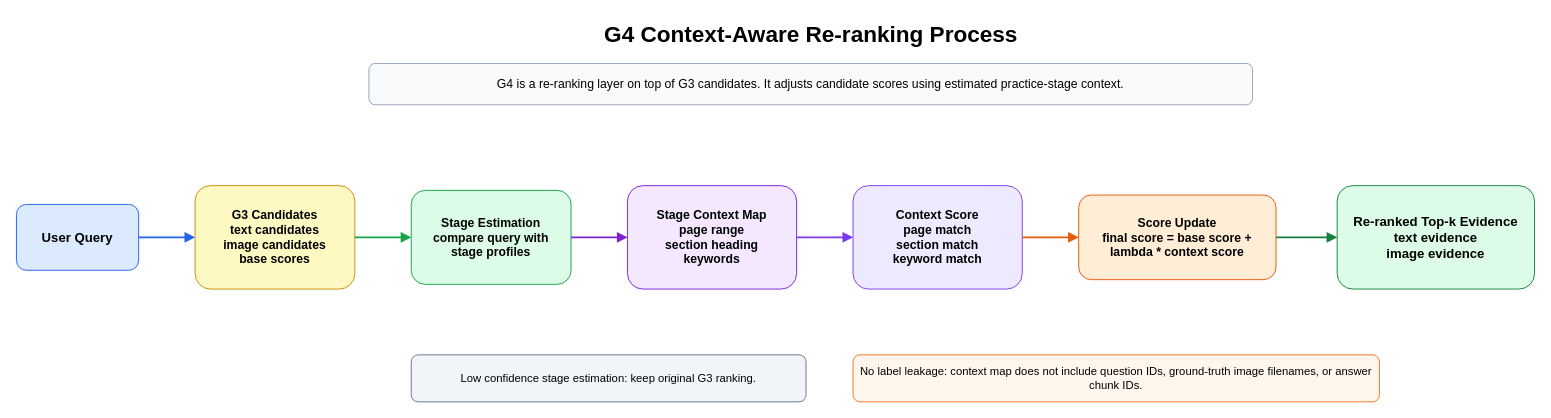
This is SCIE용/산출물/도식/g4_context_aware_multimodal_rag.drawio from jimjimjinger/Multimodal-Offline-RAG-System, a draw.io file, before an edit. Source tidied: cells renumbered, new cells numbered last; positions are measured from the earlier drawing's top-left corner, leaving out a move shared by most shapes. Both pictures are drawn from the tidied source at 94%, with x=0, y=0 at pixel (16, 16).
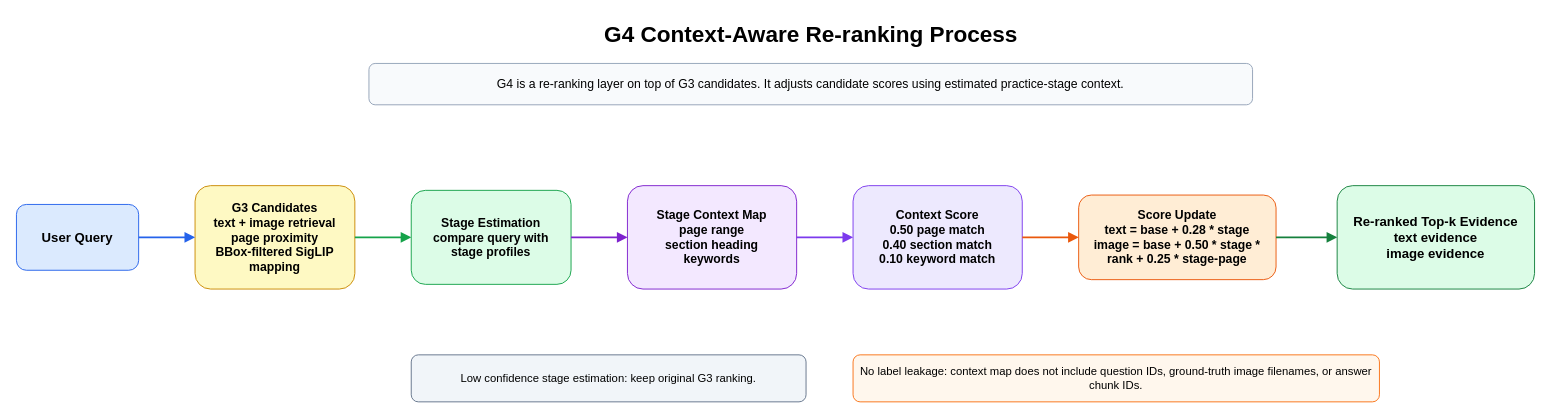
After the change.

The edit, as a diff of the source:
```diff
@@
 <mxGraphModel>
   <root>
     <mxCell id="0" />
     <mxCell id="1" parent="0" />
     <mxCell id="2" value="G4 Context-Aware Re-ranking Process" style="text;html=1;strokeColor=none;fillColor=none;align=center;verticalAlign=middle;fontSize=24;fontStyle=1;" parent="1" vertex="1">
       <mxGeometry x="195" width="1300" height="40" as="geometry" />
     </mxCell>
     <mxCell id="3" value="G4 is a re-ranking layer on top of G3 candidates. It adjusts candidate scores using estimated practice-stage context." style="rounded=1;whiteSpace=wrap;html=1;fillColor=#f8fafc;strokeColor=#94a3b8;fontSize=13;align=center;" parent="1" vertex="1">
       <mxGeometry x="375" y="50" width="940" height="44" as="geometry" />
     </mxCell>
     <mxCell id="4" value="User Query" style="rounded=1;whiteSpace=wrap;html=1;fillColor=#dbeafe;strokeColor=#2563eb;fontSize=14;fontStyle=1;" parent="1" vertex="1">
       <mxGeometry y="200" width="130" height="70" as="geometry" />
     </mxCell>
-    <mxCell id="5" value="G3 Candidates&lt;br&gt;text candidates&lt;br&gt;image candidates&lt;br&gt;base scores" style="rounded=1;whiteSpace=wrap;html=1;fillColor=#fef9c3;strokeColor=#ca8a04;fontSize=13;fontStyle=1;" parent="1" vertex="1">
+    <mxCell id="5" value="G3 Candidates&lt;br&gt;text + image retrieval&lt;br&gt;page proximity&lt;br&gt;BBox-filtered SigLIP mapping" style="rounded=1;whiteSpace=wrap;html=1;fillColor=#fef9c3;strokeColor=#ca8a04;fontSize=13;fontStyle=1;" parent="1" vertex="1">
       <mxGeometry x="190" y="180" width="170" height="110" as="geometry" />
     </mxCell>
     <mxCell id="6" value="Stage Estimation&lt;br&gt;compare query with&lt;br&gt;stage profiles" style="rounded=1;whiteSpace=wrap;html=1;fillColor=#dcfce7;strokeColor=#16a34a;fontSize=13;fontStyle=1;" parent="1" vertex="1">
       <mxGeometry x="420" y="185" width="170" height="100" as="geometry" />
     </mxCell>
     <mxCell id="7" value="Stage Context Map&lt;br&gt;page range&lt;br&gt;section heading&lt;br&gt;keywords" style="rounded=1;whiteSpace=wrap;html=1;fillColor=#f3e8ff;strokeColor=#7e22ce;fontSize=13;fontStyle=1;" parent="1" vertex="1">
       <mxGeometry x="650" y="180" width="180" height="110" as="geometry" />
     </mxCell>
-    <mxCell id="8" value="Context Score&lt;br&gt;page match&lt;br&gt;section match&lt;br&gt;keyword match" style="rounded=1;whiteSpace=wrap;html=1;fillColor=#ede9fe;strokeColor=#7c3aed;fontSize=13;fontStyle=1;" parent="1" vertex="1">
+    <mxCell id="8" value="Context Score&lt;br&gt;0.50 page match&lt;br&gt;0.40 section match&lt;br&gt;0.10 keyword match" style="rounded=1;whiteSpace=wrap;html=1;fillColor=#ede9fe;strokeColor=#7c3aed;fontSize=13;fontStyle=1;" parent="1" vertex="1">
       <mxGeometry x="890" y="180" width="180" height="110" as="geometry" />
     </mxCell>
-    <mxCell id="9" value="Score Update&lt;br&gt;final score = base score + lambda * context score" style="rounded=1;whiteSpace=wrap;html=1;fillColor=#ffedd5;strokeColor=#ea580c;fontSize=13;fontStyle=1;" parent="1" vertex="1">
+    <mxCell id="9" value="Score Update&lt;br&gt;text = base + 0.28 * stage&lt;br&gt;image = base + 0.50 * stage * rank + 0.25 * stage-page" style="rounded=1;whiteSpace=wrap;html=1;fillColor=#ffedd5;strokeColor=#ea580c;fontSize=13;fontStyle=1;" parent="1" vertex="1">
       <mxGeometry x="1130" y="190" width="210" height="90" as="geometry" />
     </mxCell>
     <mxCell id="10" value="Re-ranked Top-k Evidence&lt;br&gt;text evidence&lt;br&gt;image evidence" style="rounded=1;whiteSpace=wrap;html=1;fillColor=#dcfce7;strokeColor=#15803d;fontSize=14;fontStyle=1;" parent="1" vertex="1">
       <mxGeometry x="1405" y="180" width="210" height="110" as="geometry" />
     </mxCell>
     <mxCell id="11" value="Low confidence stage estimation: keep original G3 ranking." style="rounded=1;whiteSpace=wrap;html=1;fillColor=#f1f5f9;strokeColor=#64748b;fontSize=12;align=center;" parent="1" vertex="1">
       <mxGeometry x="420" y="360" width="420" height="50" as="geometry" />
     </mxCell>
     <mxCell id="12" value="No label leakage: context map does not include question IDs, ground-truth image filenames, or answer chunk IDs." style="rounded=1;whiteSpace=wrap;html=1;fillColor=#fff7ed;strokeColor=#f97316;fontSize=12;align=center;" parent="1" vertex="1">
       <mxGeometry x="890" y="360" width="560" height="50" as="geometry" />
     </mxCell>
     <mxCell id="13" style="endArrow=block;html=1;rounded=0;strokeColor=#2563eb;strokeWidth=2;" parent="1" edge="1" source="4" target="5">
       <mxGeometry relative="1" as="geometry" />
     </mxCell>
     <mxCell id="14" style="endArrow=block;html=1;rounded=0;strokeColor=#16a34a;strokeWidth=2;" parent="1" edge="1" source="5" target="6">
       <mxGeometry relative="1" as="geometry" />
     </mxCell>
     <mxCell id="15" style="endArrow=block;html=1;rounded=0;strokeColor=#7e22ce;strokeWidth=2;" parent="1" edge="1" source="6" target="7">
       <mxGeometry relative="1" as="geometry" />
     </mxCell>
     <mxCell id="16" style="endArrow=block;html=1;rounded=0;strokeColor=#7c3aed;strokeWidth=2;" parent="1" edge="1" source="7" target="8">
       <mxGeometry relative="1" as="geometry" />
     </mxCell>
     <mxCell id="17" style="endArrow=block;html=1;rounded=0;strokeColor=#ea580c;strokeWidth=2;" parent="1" edge="1" source="8" target="9">
       <mxGeometry relative="1" as="geometry" />
     </mxCell>
     <mxCell id="18" style="endArrow=block;html=1;rounded=0;strokeColor=#15803d;strokeWidth=2;" parent="1" edge="1" source="9" target="10">
       <mxGeometry relative="1" as="geometry" />
     </mxCell>
   </root>
 </mxGraphModel>
```
